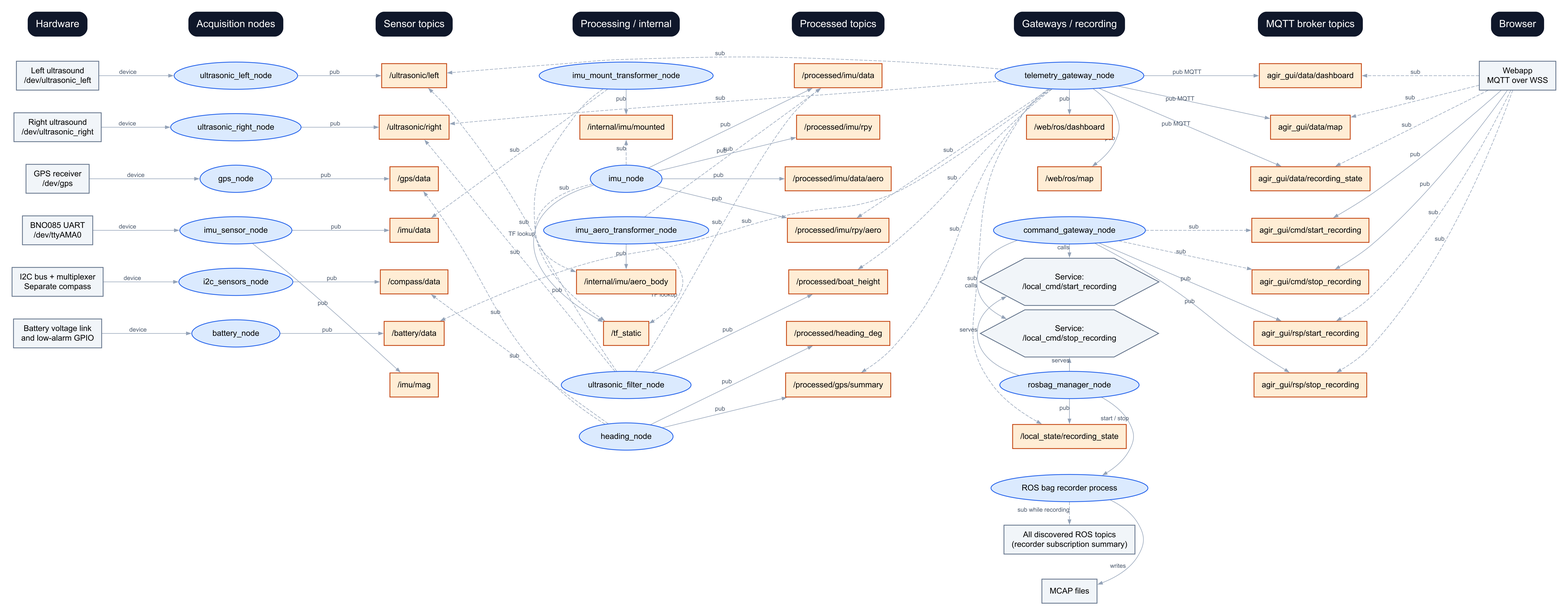
agirsailing/sailing_ros keeps this Graphviz diagram as docs/architecture/live-architecture.png. Above is the earlier version. Its source is kept beside it as docs/architecture/live-architecture.dot.
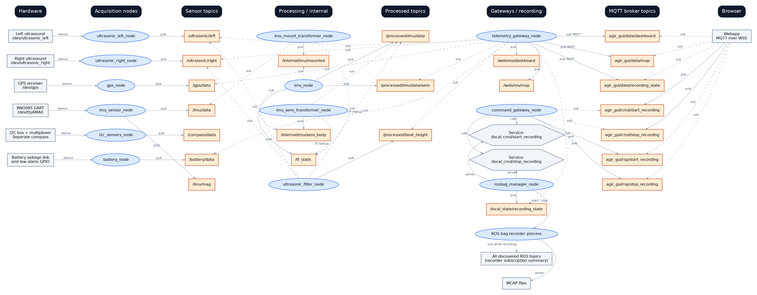
After the change.

Change to the diagram source:
```diff
@@ -28,14 +28,9 @@
 AEROB [pos="11.8,-5.3500000000000005!", pin=true, label="/internal/imu/aero_body", shape=box, style=filled, color="#c2410c", fillcolor="#ffedd5"];
 TF [pos="11.8,-6.42!", pin=true, label="/tf_static", shape=box, style=filled, color="#c2410c", fillcolor="#ffedd5"];
 HF [pos="11.8,-7.49!", pin=true, label="ultrasonic_filter_node", shape=ellipse, style=filled, color="#2563eb", fillcolor="#dbeafe"];
-HN [pos="11.8,-8.56!", pin=true, label="heading_node", shape=ellipse, style=filled, color="#2563eb", fillcolor="#dbeafe"];
 ROB [pos="16.2,-1.07!", pin=true, label="/processed/imu/data", shape=box, style=filled, color="#c2410c", fillcolor="#ffedd5"];
-RPY [pos="16.2,-2.14!", pin=true, label="/processed/imu/rpy", shape=box, style=filled, color="#c2410c", fillcolor="#ffedd5"];
 AERO [pos="16.2,-3.21!", pin=true, label="/processed/imu/data/aero", shape=box, style=filled, color="#c2410c", fillcolor="#ffedd5"];
-ARPY [pos="16.2,-4.28!", pin=true, label="/processed/imu/rpy/aero", shape=box, style=filled, color="#c2410c", fillcolor="#ffedd5"];
 HEIGHT [pos="16.2,-5.3500000000000005!", pin=true, label="/processed/boat_height", shape=box, style=filled, color="#c2410c", fillcolor="#ffedd5"];
-HEADING [pos="16.2,-6.42!", pin=true, label="/processed/heading_deg", shape=box, style=filled, color="#c2410c", fillcolor="#ffedd5"];
-GPSOUT [pos="16.2,-7.49!", pin=true, label="/processed/gps/summary", shape=box, style=filled, color="#c2410c", fillcolor="#ffedd5"];
 GW [pos="21,-1.07!", pin=true, label="telemetry_gateway_node", shape=ellipse, style=filled, color="#2563eb", fillcolor="#dbeafe"];
 DASH [pos="21,-2.14!", pin=true, label="/web/ros/dashboard", shape=box, style=filled, color="#c2410c", fillcolor="#ffedd5"];
 MAP [pos="21,-3.21!", pin=true, label="/web/ros/map", shape=box, style=filled, color="#c2410c", fillcolor="#ffedd5"];
@@ -81,27 +76,21 @@
 MT -> TF [label="TF lookup", style=dashed];
 IMU -> MOUNT [label="sub", style=dashed];
 IMU -> ROB [label="pub", style=solid];
-IMU -> RPY [label="pub", style=solid];
 IMU -> TF [label="pub", style=solid];
 AT -> ROB [label="sub", style=dashed];
 AT -> AEROB [label="pub", style=solid];
 AT -> TF [label="TF lookup", style=dashed];
 IMU -> AEROB [label="sub", style=dashed];
 IMU -> AERO [label="pub", style=solid];
-IMU -> ARPY [label="pub", style=solid];
 HF -> TL [label="sub", style=dashed];
 HF -> TR [label="sub", style=dashed];
 HF -> ROB [label="sub", style=dashed];
 HF -> HEIGHT [label="pub", style=solid];
-HN -> GPSRAW [label="sub", style=dashed];
-HN -> TC [label="sub", style=dashed];
-HN -> HEADING [label="pub", style=solid];
-HN -> GPSOUT [label="pub", style=solid];
 GW -> TL [label="sub", style=dashed];
 GW -> TR [label="sub", style=dashed];
-GW -> ARPY [label="sub", style=dashed];
+GW -> AERO [label="sub", style=dashed];
 GW -> HEIGHT [label="sub", style=dashed];
-GW -> GPSOUT [label="sub", style=dashed];
+GW -> GPSRAW [label="sub", style=dashed];
 GW -> TB [label="sub", style=dashed];
 GW -> STATE [label="sub", style=dashed];
 GW -> DASH [label="pub", style=solid];
```
